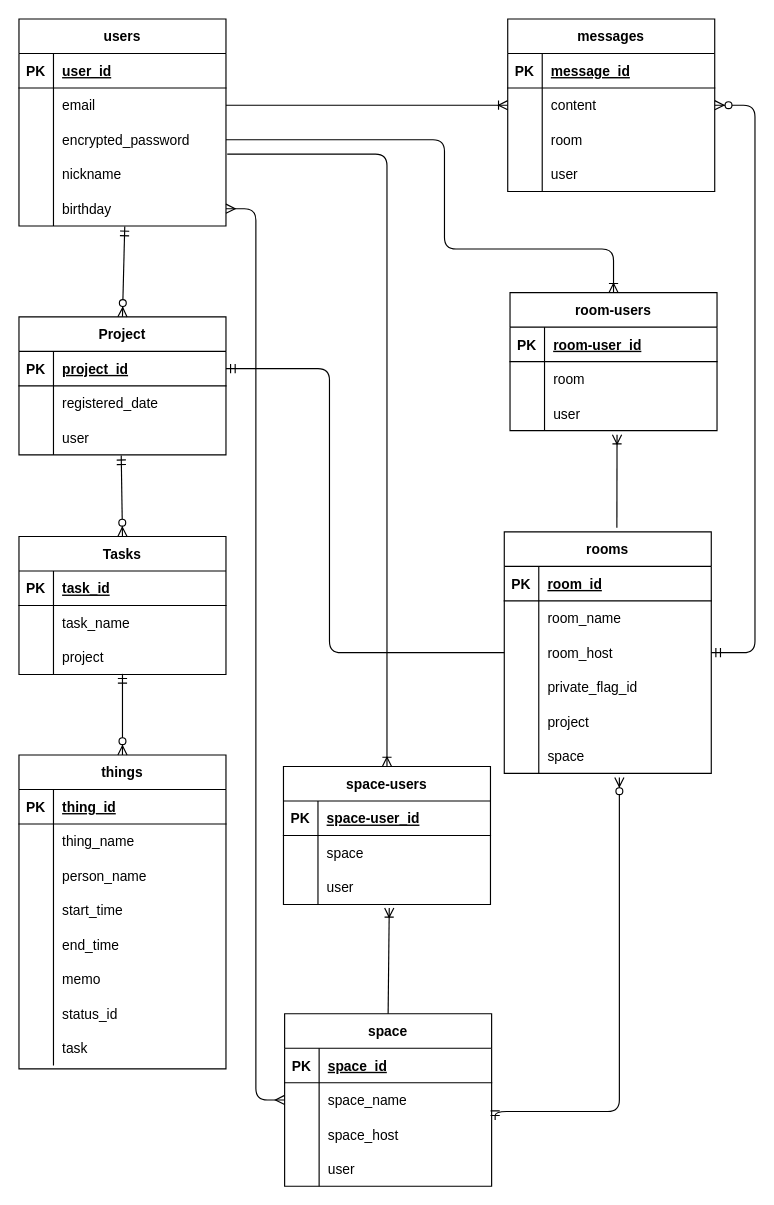
This is tododbd.dio from sora-site/tododbd, a draw.io file, before an edit. Source tidied: cells renumbered, new cells numbered last; positions are measured from the earlier drawing's top-left corner, leaving out a move shared by most shapes. Both pictures are drawn from the tidied source at 115%, with x=0, y=0 at pixel (18, 18).
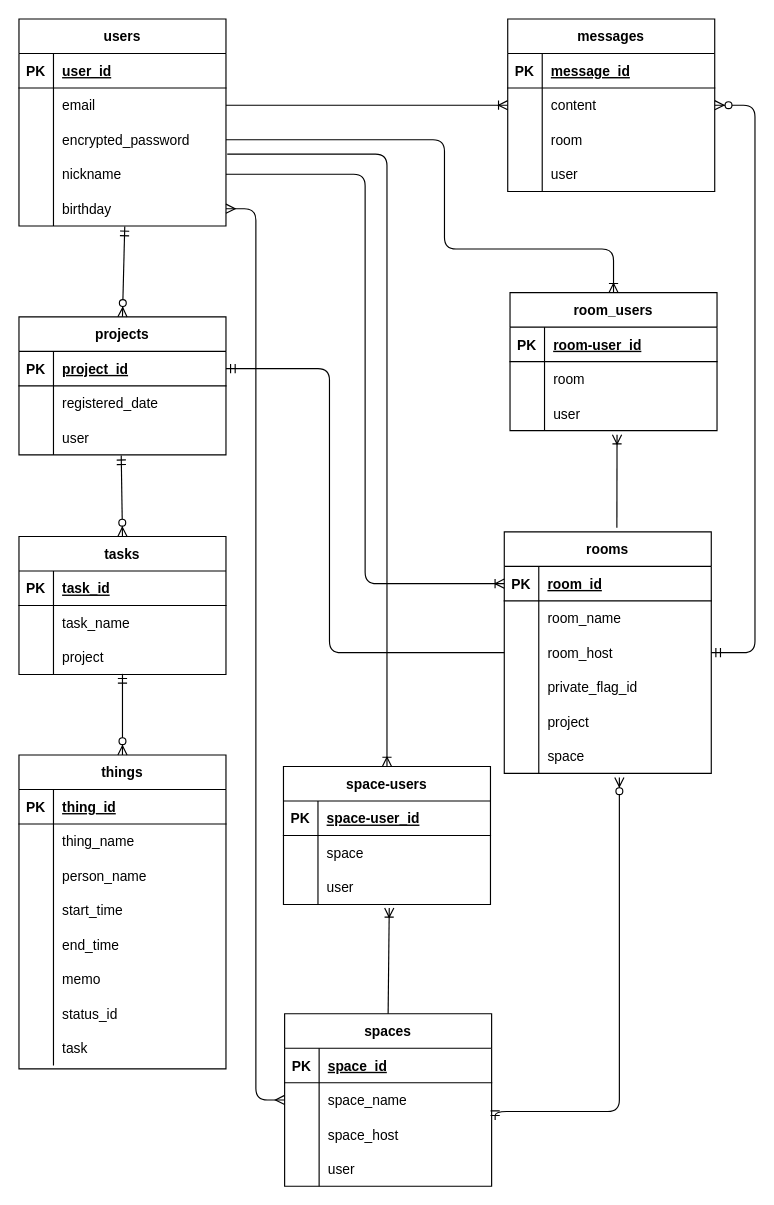
The same diagram, later.

Commit message (it also covers changes not shown here):
カレンダー・ER図修正

The change refers to these unchanged cells:
```xml
<mxCell id="37" style="shape=tableRow;horizontal=0;startSize=0;swimlaneHead=0;swimlaneBody=0;fillColor=none;points=[[0,0.5],[1,0.5]];portConstraint=eastwest;top=0;left=0;right=0;bottom=0;" parent="27" vertex="1">
  <mxGeometry y="120" width="180" height="30" as="geometry" />
</mxCell>
<mxCell id="44" style="shape=tableRow;horizontal=0;startSize=0;swimlaneHead=0;swimlaneBody=0;fillColor=none;points=[[0,0.5],[1,0.5]];portConstraint=eastwest;top=0;left=0;right=0;bottom=1;" parent="43" vertex="1">
  <mxGeometry y="30" width="180" height="30" as="geometry" />
</mxCell>
```

What changed in the source:
```diff
@@
-    <mxCell id="77" value="room-users" style="shape=table;startSize=30;childLayout=tableLayout;rowLines=0;fontStyle=1;align=center;" parent="1" vertex="1">
+    <mxCell id="77" value="room_users" style="shape=table;startSize=30;childLayout=tableLayout;rowLines=0;fontStyle=1;align=center;" parent="1" vertex="1">
       <mxGeometry x="427" y="238" width="180" height="120" as="geometry" />
     </mxCell>
@@
-    <mxCell id="90" value="Tasks" style="shape=table;startSize=30;childLayout=tableLayout;rowLines=0;fontStyle=1;align=center;" parent="1" vertex="1">
+    <mxCell id="90" value="tasks" style="shape=table;startSize=30;childLayout=tableLayout;rowLines=0;fontStyle=1;align=center;" parent="1" vertex="1">
       <mxGeometry y="450" width="180" height="120" as="geometry" />
     </mxCell>
@@
-    <mxCell id="100" value="space" style="shape=table;startSize=30;childLayout=tableLayout;rowLines=0;fontStyle=1;align=center;" parent="1" vertex="1">
+    <mxCell id="100" value="spaces" style="shape=table;startSize=30;childLayout=tableLayout;rowLines=0;fontStyle=1;align=center;" parent="1" vertex="1">
       <mxGeometry x="231" y="865" width="180" height="150" as="geometry" />
     </mxCell>
@@
-    <mxCell id="125" value="Project" style="shape=table;startSize=30;childLayout=tableLayout;rowLines=0;fontStyle=1;align=center;" parent="1" vertex="1">
+    <mxCell id="125" value="projects" style="shape=table;startSize=30;childLayout=tableLayout;rowLines=0;fontStyle=1;align=center;" parent="1" vertex="1">
       <mxGeometry y="259" width="180" height="120" as="geometry" />
     </mxCell>
@@
+    <mxCell id="140" style="fontSize=12;html=1;endArrow=ERoneToMany;entryX=0;entryY=0.5;entryDx=0;entryDy=0;exitX=1;exitY=0.5;exitDx=0;exitDy=0;edgeStyle=orthogonalEdgeStyle;" parent="1" edge="1" source="37" target="44">
+      <mxGeometry relative="1" as="geometry" />
+    </mxCell>
```
